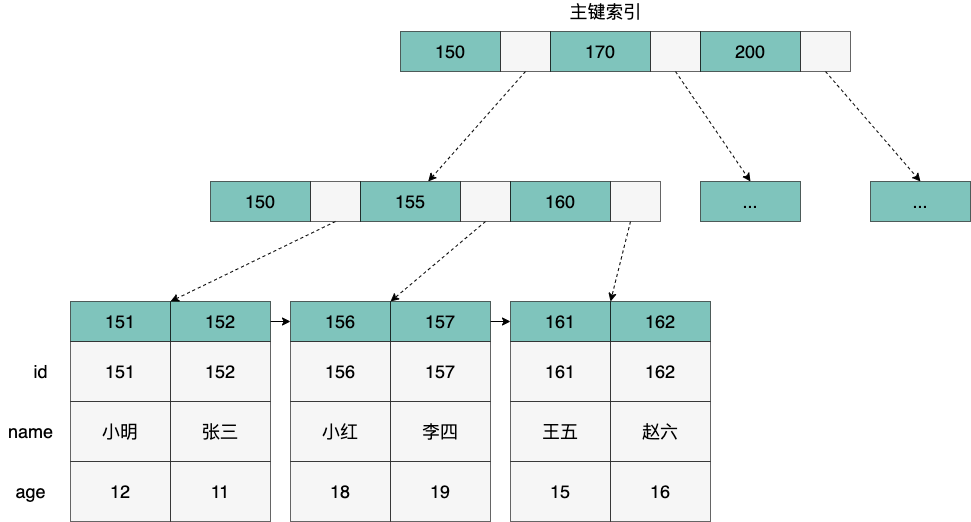
Before: img/mysql/mysql-b+tree-clustered-index.png, a diagram exported from draw.io (boilingfrog/Go-POINT). Source tidied: cells renumbered, new cells last; positions are measured from the earlier drawing's top-left corner, leaving out a move shared by most shapes.
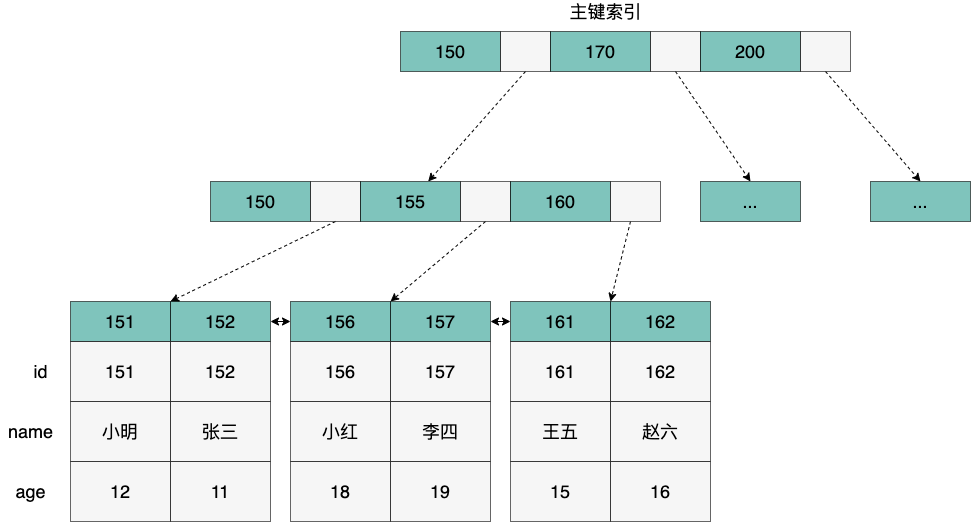
The same diagram one commit later.

Commit message:
feat:MySQL 中的索引

Change to the diagram source:
```diff
@@ -47,7 +47,7 @@
     <mxCell id="16" value="151" style="rounded=0;whiteSpace=wrap;html=1;fontSize=18;fillColor=#2A9D8F;opacity=60;" parent="1" vertex="1">
       <mxGeometry x="70" y="300" width="100" height="40" as="geometry" />
     </mxCell>
-    <mxCell id="17" style="edgeStyle=none;html=1;fontSize=18;" parent="1" edge="1" source="18" target="19">
+    <mxCell id="17" style="edgeStyle=none;html=1;fontSize=18;startArrow=classic;startFill=1;" parent="1" edge="1" source="18" target="19">
       <mxGeometry relative="1" as="geometry" />
     </mxCell>
     <mxCell id="18" value="152" style="rounded=0;whiteSpace=wrap;html=1;fontSize=18;fillColor=#2A9D8F;opacity=60;" parent="1" vertex="1">
@@ -68,7 +68,7 @@
     <mxCell id="23" style="rounded=0;whiteSpace=wrap;html=1;fontSize=18;fillColor=#F0F0F0;opacity=60;" parent="1" vertex="1">
       <mxGeometry x="800" y="30" width="50" height="40" as="geometry" />
     </mxCell>
-    <mxCell id="24" style="edgeStyle=none;html=1;entryX=0;entryY=0.5;entryDx=0;entryDy=0;fontSize=18;" parent="1" edge="1" source="25" target="26">
+    <mxCell id="24" style="edgeStyle=none;html=1;entryX=0;entryY=0.5;entryDx=0;entryDy=0;fontSize=18;startArrow=classic;startFill=1;" parent="1" edge="1" source="25" target="26">
       <mxGeometry relative="1" as="geometry" />
     </mxCell>
     <mxCell id="25" value="157" style="rounded=0;whiteSpace=wrap;html=1;fontSize=18;fillColor=#2A9D8F;opacity=60;" parent="1" vertex="1">
```
